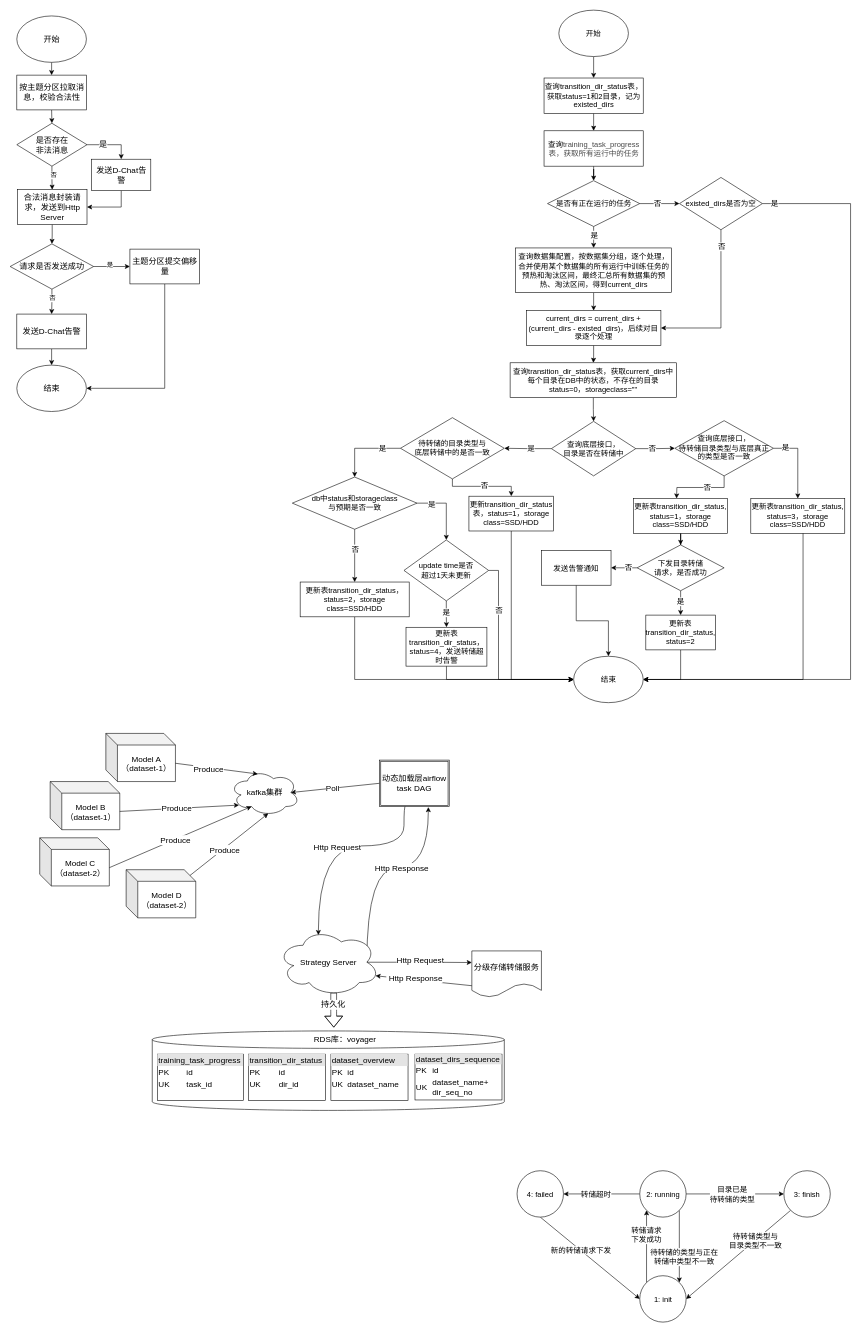
This is page "二期" (2 of 2) of dynamic_load.drawio from ydh12356890/DiDiDraw, a draw.io file, before an edit. Source tidied: cells renumbered, new cells numbered last; positions are measured from the earlier drawing's top-left corner, leaving out a move shared by most shapes. Both pictures are drawn from the tidied source at 58%, with x=0, y=0 at pixel (10, 10).
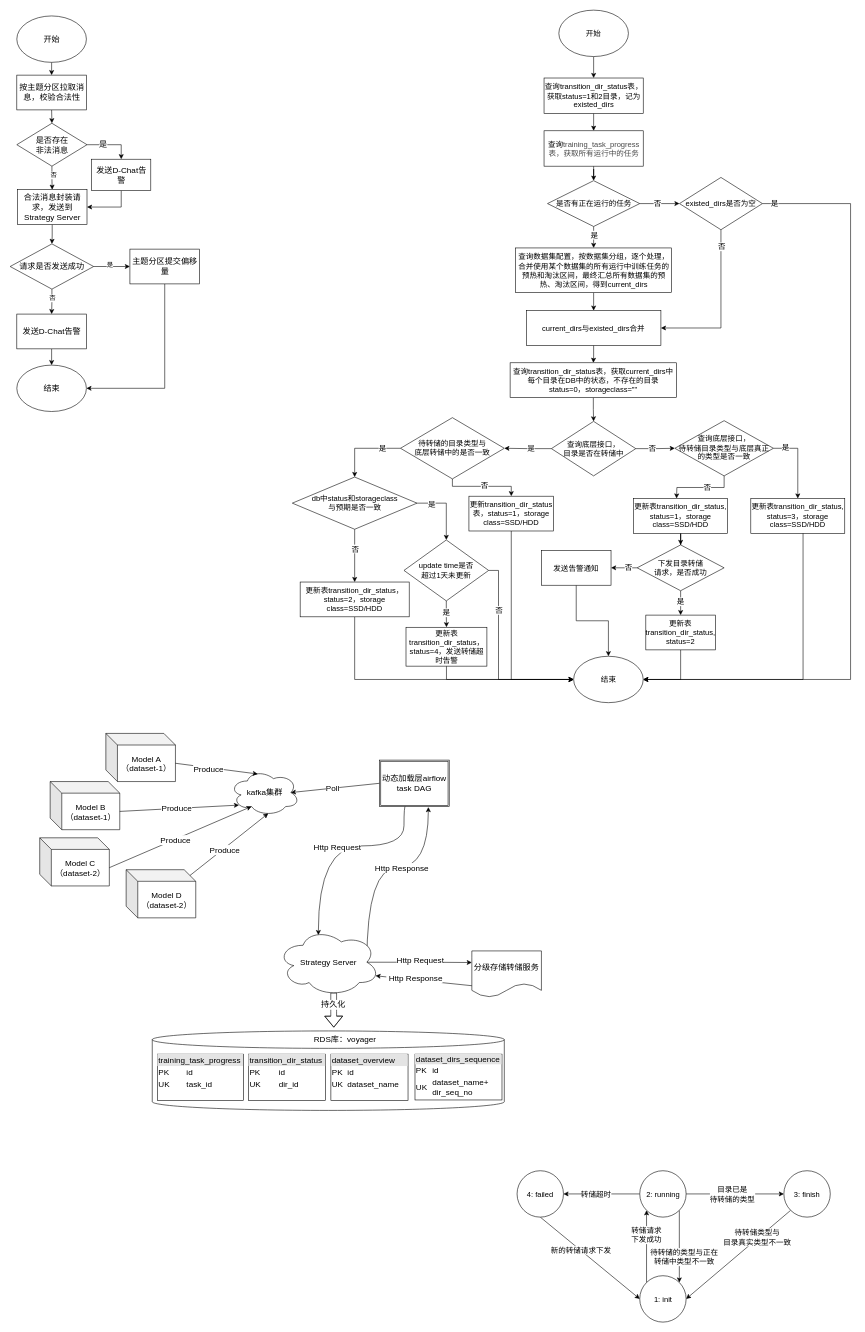
The same page after the edit.

The change refers to these unchanged cells:
```xml
<mxCell id="86" style="rounded=0;jettySize=auto;html=1;exitX=0;exitY=1;exitDx=0;exitDy=0;entryX=1;entryY=0.5;entryDx=0;entryDy=0;fontSize=13;" parent="1" edge="1" source="88" target="91">
  <mxGeometry relative="1" as="geometry" />
</mxCell>
```

What changed in the source:
```diff
@@
-    <mxCell id="32" value="current_dirs = current_dirs + (current_dirs - existed_dirs)，后续对目录逐个处理" style="whiteSpace=wrap;html=1;fontFamily=Helvetica;fontSize=13;" parent="1" vertex="1">
+    <mxCell id="32" value="current_dirs与existed_dirs合并" style="whiteSpace=wrap;html=1;fontFamily=Helvetica;fontSize=13;" parent="1" vertex="1">
       <mxGeometry x="890" y="518" width="232" height="60" as="geometry" />
     </mxCell>
@@
-    <mxCell id="87" value="待转储类型与&lt;br&gt;目录类型不一致" style="edgeLabel;html=1;align=center;verticalAlign=middle;fontSize=13;" parent="86" vertex="1">
+    <mxCell id="87" value="待转储类型与&lt;br&gt;目录真实类型不一致" style="edgeLabel;html=1;align=center;verticalAlign=middle;fontSize=13;" parent="86" vertex="1">
       <mxGeometry x="-0.21" y="-1" relative="1" as="geometry">
-        <mxPoint x="10" y="-7" as="offset" />
+        <mxPoint x="13" y="-13" as="offset" />
       </mxGeometry>
     </mxCell>
@@
-    <mxCell id="132" value="合法消息封装请求，发送到Http Server" style="rounded=0;whiteSpace=wrap;html=1;fontFamily=Helvetica;fontSize=14;" parent="1" vertex="1">
+    <mxCell id="132" value="合法消息封装请求，发送到Strategy Server" style="rounded=0;whiteSpace=wrap;html=1;fontFamily=Helvetica;fontSize=14;" parent="1" vertex="1">
       <mxGeometry x="12.5" y="309.5" width="120" height="60" as="geometry" />
     </mxCell>
```
